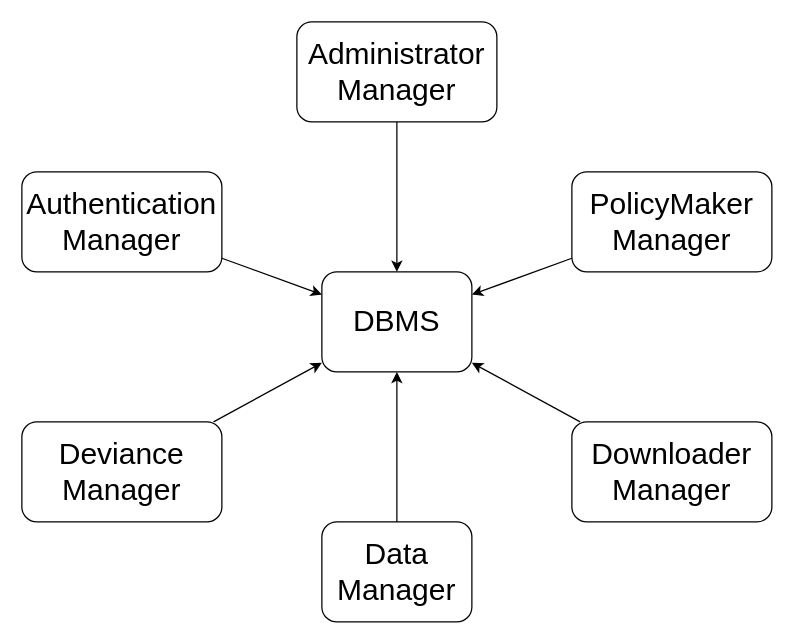
Above: page "ComponentsIntegrationData" (2 of 6) of DD Diagrams/ComponentImplementation.drawio in matteovisotto/SE2-CecchettoSirianiVisotto (draw.io), before the change. Source tidied: cells renumbered, new cells numbered last; positions are measured from the earlier drawing's top-left corner, leaving out a move shared by most shapes. Both pictures are drawn from the tidied source at 125%, with x=0, y=0 at pixel (21, 21).
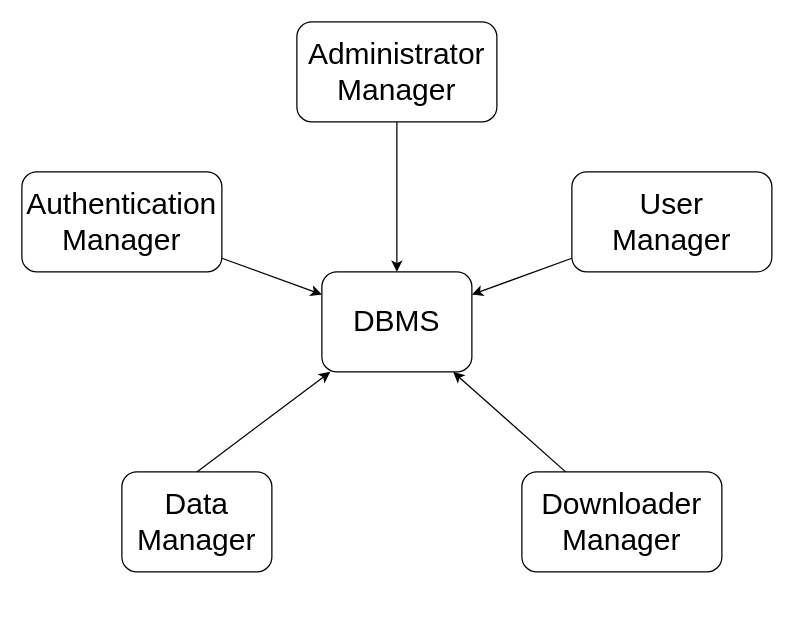
The same page after the edit.

Change to the diagram source:
```diff
@@
 <mxGraphModel>
   <root>
     <mxCell id="0" />
     <mxCell id="1" parent="0" />
     <mxCell id="2" style="edgeStyle=none;rounded=0;jettySize=auto;html=1;fontSize=24;" parent="1" edge="1" source="3" target="12">
       <mxGeometry relative="1" as="geometry" />
     </mxCell>
     <mxCell id="3" value="Administrator Manager" style="rounded=1;whiteSpace=wrap;html=1;fontSize=24;" parent="1" vertex="1">
       <mxGeometry x="220" width="160" height="80" as="geometry" />
     </mxCell>
     <mxCell id="4" style="edgeStyle=none;rounded=0;jettySize=auto;html=1;fontSize=24;" parent="1" edge="1" source="5" target="12">
       <mxGeometry relative="1" as="geometry" />
     </mxCell>
-    <mxCell id="5" value="PolicyMaker Manager" style="rounded=1;whiteSpace=wrap;html=1;fontSize=24;" parent="1" vertex="1">
+    <mxCell id="5" value="User&lt;br&gt;Manager" style="rounded=1;whiteSpace=wrap;html=1;fontSize=24;" parent="1" vertex="1">
       <mxGeometry x="440" y="120" width="160" height="80" as="geometry" />
     </mxCell>
     <mxCell id="6" style="edgeStyle=none;rounded=0;jettySize=auto;html=1;fontSize=24;" parent="1" edge="1" source="7" target="12">
       <mxGeometry relative="1" as="geometry" />
     </mxCell>
     <mxCell id="7" value="Downloader Manager" style="rounded=1;whiteSpace=wrap;html=1;fontSize=24;" parent="1" vertex="1">
-      <mxGeometry x="440" y="320" width="160" height="80" as="geometry" />
+      <mxGeometry x="400" y="360" width="160" height="80" as="geometry" />
     </mxCell>
-    <mxCell id="8" style="edgeStyle=none;rounded=0;jettySize=auto;html=1;fontSize=24;" parent="1" edge="1" source="9" target="12">
-      <mxGeometry relative="1" as="geometry" />
-    </mxCell>
-    <mxCell id="9" value="Deviance Manager" style="rounded=1;whiteSpace=wrap;html=1;fontSize=24;" parent="1" vertex="1">
-      <mxGeometry y="320" width="160" height="80" as="geometry" />
-    </mxCell>
     <mxCell id="10" style="edgeStyle=none;rounded=0;jettySize=auto;html=1;fontSize=24;" parent="1" edge="1" source="11" target="12">
       <mxGeometry relative="1" as="geometry" />
     </mxCell>
     <mxCell id="11" value="Authentication Manager" style="rounded=1;whiteSpace=wrap;html=1;fontSize=24;" parent="1" vertex="1">
       <mxGeometry y="120" width="160" height="80" as="geometry" />
     </mxCell>
     <mxCell id="12" value="DBMS" style="rounded=1;whiteSpace=wrap;html=1;fontSize=24;" parent="1" vertex="1">
       <mxGeometry x="240" y="200" width="120" height="80" as="geometry" />
     </mxCell>
     <mxCell id="13" style="edgeStyle=none;rounded=0;jettySize=auto;html=1;exitX=0.5;exitY=0;exitDx=0;exitDy=0;fontSize=24;" parent="1" edge="1" source="14" target="12">
       <mxGeometry relative="1" as="geometry" />
     </mxCell>
     <mxCell id="14" value="Data Manager" style="rounded=1;whiteSpace=wrap;html=1;fontSize=24;" parent="1" vertex="1">
-      <mxGeometry x="240" y="400" width="120" height="80" as="geometry" />
+      <mxGeometry x="80" y="360" width="120" height="80" as="geometry" />
     </mxCell>
   </root>
 </mxGraphModel>
```
